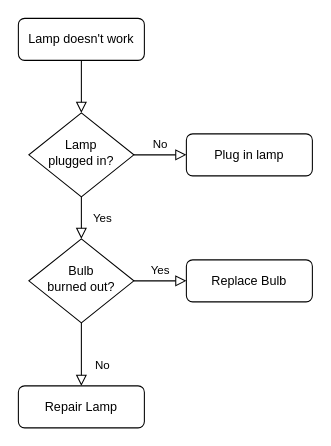
This is 未命名绘图.drawio from estteeeefe/Movie_Data_Capture, a draw.io file, before an edit. Source tidied: cells renumbered, new cells numbered last; positions are measured from the earlier drawing's top-left corner, leaving out a move shared by most shapes. Both pictures are drawn from the tidied source at 105%, with x=0, y=0 at pixel (18, 18).
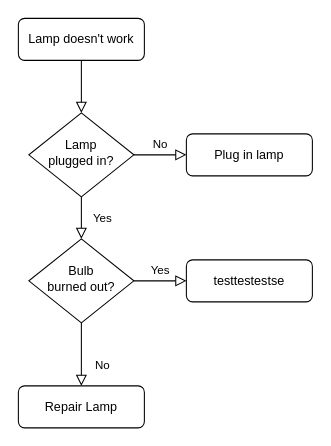
After the change.

Commit message:
更新未命名绘图.drawio

Change to the diagram source:
```diff
@@
 <mxGraphModel>
   <root>
     <mxCell id="0" />
     <mxCell id="1" parent="0" />
     <mxCell id="2" style="rounded=0;html=1;jettySize=auto;fontSize=11;endArrow=block;endFill=0;endSize=8;strokeWidth=1;shadow=0;labelBackgroundColor=none;edgeStyle=orthogonalEdgeStyle;" parent="1" edge="1" source="3" target="6">
       <mxGeometry relative="1" as="geometry" />
     </mxCell>
     <mxCell id="3" value="Lamp doesn't work" style="rounded=1;whiteSpace=wrap;html=1;fontSize=12;glass=0;strokeWidth=1;shadow=0;" parent="1" vertex="1">
       <mxGeometry width="120" height="40" as="geometry" />
     </mxCell>
     <mxCell id="4" value="Yes" style="rounded=0;html=1;jettySize=auto;fontSize=11;endArrow=block;endFill=0;endSize=8;strokeWidth=1;shadow=0;labelBackgroundColor=none;edgeStyle=orthogonalEdgeStyle;" parent="1" edge="1" source="6" target="10">
       <mxGeometry y="20" relative="1" as="geometry" />
     </mxCell>
     <mxCell id="5" value="No" style="edgeStyle=orthogonalEdgeStyle;rounded=0;html=1;jettySize=auto;fontSize=11;endArrow=block;endFill=0;endSize=8;strokeWidth=1;shadow=0;labelBackgroundColor=none;" parent="1" edge="1" source="6" target="7">
       <mxGeometry y="10" relative="1" as="geometry" />
     </mxCell>
     <mxCell id="6" value="Lamp&lt;br&gt;plugged in?" style="rhombus;whiteSpace=wrap;html=1;shadow=0;fontFamily=Helvetica;fontSize=12;align=center;strokeWidth=1;spacing=6;spacingTop=-4;" parent="1" vertex="1">
       <mxGeometry x="10" y="90" width="100" height="80" as="geometry" />
     </mxCell>
     <mxCell id="7" value="Plug in lamp" style="rounded=1;whiteSpace=wrap;html=1;fontSize=12;glass=0;strokeWidth=1;shadow=0;" parent="1" vertex="1">
       <mxGeometry x="160" y="110" width="120" height="40" as="geometry" />
     </mxCell>
     <mxCell id="8" value="No" style="rounded=0;html=1;jettySize=auto;fontSize=11;endArrow=block;endFill=0;endSize=8;strokeWidth=1;shadow=0;labelBackgroundColor=none;edgeStyle=orthogonalEdgeStyle;" parent="1" edge="1" source="10" target="11">
       <mxGeometry x="0.33" y="20" relative="1" as="geometry" />
     </mxCell>
     <mxCell id="9" value="Yes" style="edgeStyle=orthogonalEdgeStyle;rounded=0;html=1;jettySize=auto;fontSize=11;endArrow=block;endFill=0;endSize=8;strokeWidth=1;shadow=0;labelBackgroundColor=none;" parent="1" edge="1" source="10" target="12">
       <mxGeometry y="10" relative="1" as="geometry" />
     </mxCell>
     <mxCell id="10" value="Bulb&lt;br&gt;burned out?" style="rhombus;whiteSpace=wrap;html=1;shadow=0;fontFamily=Helvetica;fontSize=12;align=center;strokeWidth=1;spacing=6;spacingTop=-4;" parent="1" vertex="1">
       <mxGeometry x="10" y="210" width="100" height="80" as="geometry" />
     </mxCell>
     <mxCell id="11" value="Repair Lamp" style="rounded=1;whiteSpace=wrap;html=1;fontSize=12;glass=0;strokeWidth=1;shadow=0;" parent="1" vertex="1">
       <mxGeometry y="350" width="120" height="40" as="geometry" />
     </mxCell>
-    <mxCell id="12" value="Replace Bulb" style="rounded=1;whiteSpace=wrap;html=1;fontSize=12;glass=0;strokeWidth=1;shadow=0;" parent="1" vertex="1">
+    <mxCell id="12" value="testtestestse" style="rounded=1;whiteSpace=wrap;html=1;fontSize=12;glass=0;strokeWidth=1;shadow=0;" parent="1" vertex="1">
       <mxGeometry x="160" y="230" width="120" height="40" as="geometry" />
     </mxCell>
   </root>
 </mxGraphModel>
```
